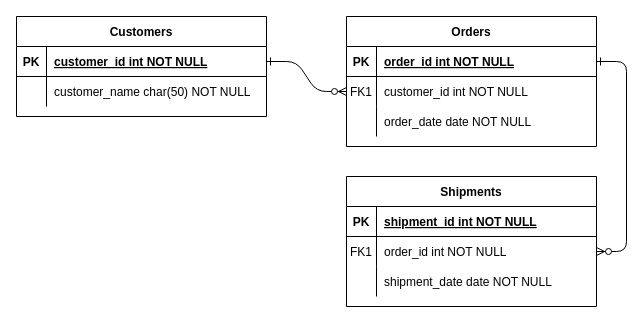
This is ER.drawio from Kkorolyok/Diagrams, a draw.io file, before an edit. Source tidied: cells renumbered, new cells numbered last; positions are measured from the earlier drawing's top-left corner, leaving out a move shared by most shapes. Both pictures are drawn from the tidied source at 100%, with x=0, y=0 at pixel (16, 16).
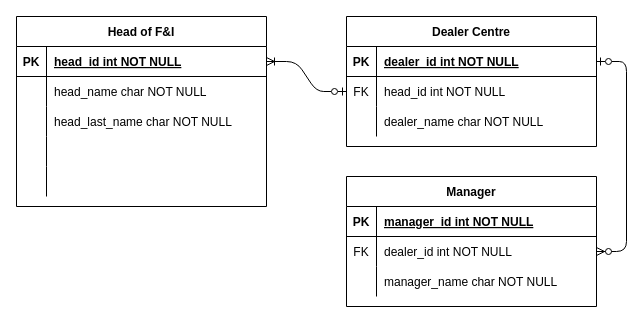
Above is the later version.

Unchanged cells that the change refers to:
```xml
<mxCell id="5" style="shape=partialRectangle;fillColor=none;points=[[0,0.5],[1,0.5]];portConstraint=eastwest;top=0;left=0;right=0;bottom=1;" parent="4" vertex="1">
  <mxGeometry y="30" width="250" height="30" as="geometry" />
</mxCell>
<mxCell id="8" style="shape=partialRectangle;fillColor=none;points=[[0,0.5],[1,0.5]];portConstraint=eastwest;top=0;left=0;right=0;bottom=0;" parent="4" vertex="1">
  <mxGeometry y="60" width="250" height="30" as="geometry" />
</mxCell>
<mxCell id="11" style="shape=partialRectangle;fillColor=none;top=0;left=0;right=0;bottom=0;" parent="4" vertex="1">
  <mxGeometry y="90" width="250" height="30" as="geometry" />
</mxCell>
<mxCell id="15" style="shape=partialRectangle;fillColor=none;top=0;left=0;right=0;bottom=1;" parent="14" vertex="1">
  <mxGeometry y="30" width="250" height="30" as="geometry" />
</mxCell>
<mxCell id="18" style="shape=partialRectangle;fillColor=none;points=[[0,0.5],[1,0.5]];portConstraint=eastwest;top=0;left=0;right=0;bottom=0;" parent="14" vertex="1">
  <mxGeometry y="60" width="250" height="30" as="geometry" />
</mxCell>
<mxCell id="21" style="shape=partialRectangle;fillColor=none;top=0;left=0;right=0;bottom=0;" parent="14" vertex="1">
  <mxGeometry y="90" width="250" height="30" as="geometry" />
</mxCell>
<mxCell id="25" style="shape=partialRectangle;fillColor=none;points=[[0,0.5],[1,0.5]];portConstraint=eastwest;top=0;left=0;right=0;bottom=1;" parent="24" vertex="1">
  <mxGeometry y="30" width="250" height="30" as="geometry" />
</mxCell>
<mxCell id="28" style="shape=partialRectangle;fillColor=none;top=0;left=0;right=0;bottom=0;" parent="24" vertex="1">
  <mxGeometry y="60" width="250" height="30" as="geometry" />
</mxCell>
```

What changed in the source:
```diff
@@
-    <mxCell id="2" style="edgeStyle=entityRelationEdgeStyle;endArrow=ERzeroToMany;startArrow=ERone;endFill=1;startFill=0;" parent="1" edge="1" source="25" target="8">
+    <mxCell id="2" style="edgeStyle=entityRelationEdgeStyle;endArrow=ERoneToMany;startArrow=ERzeroToOne;endFill=0;startFill=0;entryX=1;entryY=0.5;entryDx=0;entryDy=0;exitX=0;exitY=0.5;exitDx=0;exitDy=0;" parent="1" edge="1" source="8" target="25">
       <mxGeometry relative="1" as="geometry" />
     </mxCell>
-    <mxCell id="3" style="edgeStyle=entityRelationEdgeStyle;endArrow=ERzeroToMany;startArrow=ERone;endFill=1;startFill=0;" parent="1" edge="1" source="5" target="18">
+    <mxCell id="3" style="edgeStyle=entityRelationEdgeStyle;endArrow=ERzeroToMany;startArrow=ERzeroToOne;endFill=1;startFill=0;" parent="1" edge="1" source="5" target="18">
       <mxGeometry relative="1" as="geometry" />
     </mxCell>
-    <mxCell id="4" value="Orders" style="shape=table;startSize=30;childLayout=tableLayout;rowLines=0;fontStyle=1;align=center;" parent="1" vertex="1">
+    <mxCell id="4" value="Dealer Centre" style="shape=table;startSize=30;childLayout=tableLayout;rowLines=0;fontStyle=1;align=center;" parent="1" vertex="1">
       <mxGeometry x="330" width="250" height="130" as="geometry" />
     </mxCell>
@@
-    <mxCell id="7" value="order_id int NOT NULL " style="shape=partialRectangle;overflow=hidden;fillColor=none;top=0;left=0;bottom=0;right=0;align=left;spacingLeft=6;fontStyle=5;" parent="5" vertex="1">
+    <mxCell id="7" value="dealer_id int NOT NULL " style="shape=partialRectangle;overflow=hidden;fillColor=none;top=0;left=0;bottom=0;right=0;align=left;spacingLeft=6;fontStyle=5;" parent="5" vertex="1">
       <mxGeometry x="30" width="220" height="30" as="geometry" />
     </mxCell>
@@
-    <mxCell id="9" value="FK1" style="shape=partialRectangle;overflow=hidden;fillColor=none;top=0;left=0;bottom=0;right=0;" parent="8" vertex="1">
+    <mxCell id="9" value="FK" style="shape=partialRectangle;overflow=hidden;fillColor=none;top=0;left=0;bottom=0;right=0;" parent="8" vertex="1">
       <mxGeometry width="30" height="30" as="geometry" />
     </mxCell>
-    <mxCell id="10" value="customer_id int NOT NULL" style="shape=partialRectangle;overflow=hidden;fillColor=none;top=0;left=0;bottom=0;right=0;align=left;spacingLeft=6;" parent="8" vertex="1">
+    <mxCell id="10" value="head_id int NOT NULL" style="shape=partialRectangle;overflow=hidden;fillColor=none;top=0;left=0;bottom=0;right=0;align=left;spacingLeft=6;" parent="8" vertex="1">
       <mxGeometry x="30" width="220" height="30" as="geometry" />
     </mxCell>
@@
-    <mxCell id="13" value="order_date date NOT NULL" style="shape=partialRectangle;overflow=hidden;fillColor=none;top=0;left=0;bottom=0;right=0;align=left;spacingLeft=6;" parent="11" vertex="1">
+    <mxCell id="13" value="dealer_name char NOT NULL" style="shape=partialRectangle;overflow=hidden;fillColor=none;top=0;left=0;bottom=0;right=0;align=left;spacingLeft=6;" parent="11" vertex="1">
       <mxGeometry x="30" width="220" height="30" as="geometry" />
     </mxCell>
-    <mxCell id="14" value="Shipments" style="shape=table;startSize=30;childLayout=tableLayout;rowLines=0;fontStyle=1;align=center;" parent="1" vertex="1">
+    <mxCell id="14" value="Manager" style="shape=table;startSize=30;childLayout=tableLayout;rowLines=0;fontStyle=1;align=center;" parent="1" vertex="1">
       <mxGeometry x="330" y="160" width="250" height="130" as="geometry" />
     </mxCell>
@@
-    <mxCell id="17" value="shipment_id int NOT NULL " style="shape=partialRectangle;overflow=hidden;fillColor=none;top=0;left=0;bottom=0;right=0;align=left;spacingLeft=6;fontStyle=5;" parent="15" vertex="1">
+    <mxCell id="17" value="manager_id int NOT NULL " style="shape=partialRectangle;overflow=hidden;fillColor=none;top=0;left=0;bottom=0;right=0;align=left;spacingLeft=6;fontStyle=5;" parent="15" vertex="1">
       <mxGeometry x="30" width="220" height="30" as="geometry" />
     </mxCell>
@@
-    <mxCell id="19" value="FK1" style="shape=partialRectangle;overflow=hidden;fillColor=none;top=0;left=0;bottom=0;right=0;" parent="18" vertex="1">
+    <mxCell id="19" value="FK" style="shape=partialRectangle;overflow=hidden;fillColor=none;top=0;left=0;bottom=0;right=0;" parent="18" vertex="1">
       <mxGeometry width="30" height="30" as="geometry" />
     </mxCell>
-    <mxCell id="20" value="order_id int NOT NULL" style="shape=partialRectangle;overflow=hidden;fillColor=none;top=0;left=0;bottom=0;right=0;align=left;spacingLeft=6;" parent="18" vertex="1">
+    <mxCell id="20" value="dealer_id int NOT NULL" style="shape=partialRectangle;overflow=hidden;fillColor=none;top=0;left=0;bottom=0;right=0;align=left;spacingLeft=6;" parent="18" vertex="1">
       <mxGeometry x="30" width="220" height="30" as="geometry" />
     </mxCell>
@@
-    <mxCell id="23" value="shipment_date date NOT NULL" style="shape=partialRectangle;overflow=hidden;fillColor=none;top=0;left=0;bottom=0;right=0;align=left;spacingLeft=6;" parent="21" vertex="1">
+    <mxCell id="23" value="manager_name char NOT NULL" style="shape=partialRectangle;overflow=hidden;fillColor=none;top=0;left=0;bottom=0;right=0;align=left;spacingLeft=6;" parent="21" vertex="1">
       <mxGeometry x="30" width="220" height="30" as="geometry" />
     </mxCell>
-    <mxCell id="24" value="Customers" style="shape=table;startSize=30;childLayout=tableLayout;rowLines=0;fontStyle=1;align=center;" parent="1" vertex="1">
-      <mxGeometry width="250" height="100" as="geometry" />
+    <mxCell id="24" value="Head of F&amp;I" style="shape=table;startSize=30;childLayout=tableLayout;rowLines=0;fontStyle=1;align=center;" parent="1" vertex="1">
+      <mxGeometry width="250" height="190" as="geometry" />
     </mxCell>
@@
-    <mxCell id="27" value="customer_id int NOT NULL " style="shape=partialRectangle;overflow=hidden;fillColor=none;top=0;left=0;bottom=0;right=0;align=left;spacingLeft=6;fontStyle=5;" parent="25" vertex="1">
+    <mxCell id="27" value="head_id int NOT NULL " style="shape=partialRectangle;overflow=hidden;fillColor=none;top=0;left=0;bottom=0;right=0;align=left;spacingLeft=6;fontStyle=5;" parent="25" vertex="1">
       <mxGeometry x="30" width="220" height="30" as="geometry" />
     </mxCell>
@@
-    <mxCell id="30" value="customer_name char(50) NOT NULL" style="shape=partialRectangle;overflow=hidden;fillColor=none;top=0;left=0;bottom=0;right=0;align=left;spacingLeft=6;" parent="28" vertex="1">
+    <mxCell id="30" value="head_name char NOT NULL" style="shape=partialRectangle;overflow=hidden;fillColor=none;top=0;left=0;bottom=0;right=0;align=left;spacingLeft=6;" parent="28" vertex="1">
       <mxGeometry x="30" width="220" height="30" as="geometry" />
     </mxCell>
+    <mxCell id="31" style="shape=partialRectangle;fillColor=none;top=0;left=0;right=0;bottom=0;" parent="24" vertex="1">
+      <mxGeometry y="90" width="250" height="30" as="geometry" />
+    </mxCell>
+    <mxCell id="32" style="shape=partialRectangle;overflow=hidden;fillColor=none;top=0;left=0;bottom=0;right=0;" parent="31" vertex="1">
+      <mxGeometry width="30" height="30" as="geometry" />
+    </mxCell>
+    <mxCell id="33" value="head_last_name char NOT NULL" style="shape=partialRectangle;overflow=hidden;fillColor=none;top=0;left=0;bottom=0;right=0;align=left;spacingLeft=6;" parent="31" vertex="1">
+      <mxGeometry x="30" width="220" height="30" as="geometry" />
+    </mxCell>
+    <mxCell id="34" style="shape=partialRectangle;fillColor=none;top=0;left=0;right=0;bottom=0;" parent="24" vertex="1">
+      <mxGeometry y="120" width="250" height="30" as="geometry" />
+    </mxCell>
+    <mxCell id="35" style="shape=partialRectangle;overflow=hidden;fillColor=none;top=0;left=0;bottom=0;right=0;" parent="34" vertex="1">
+      <mxGeometry width="30" height="30" as="geometry" />
+    </mxCell>
+    <mxCell id="36" style="shape=partialRectangle;overflow=hidden;fillColor=none;top=0;left=0;bottom=0;right=0;align=left;spacingLeft=6;" parent="34" vertex="1">
+      <mxGeometry x="30" width="220" height="30" as="geometry" />
+    </mxCell>
+    <mxCell id="37" style="shape=partialRectangle;fillColor=none;top=0;left=0;right=0;bottom=0;" parent="24" vertex="1">
+      <mxGeometry y="150" width="250" height="30" as="geometry" />
+    </mxCell>
+    <mxCell id="38" style="shape=partialRectangle;overflow=hidden;fillColor=none;top=0;left=0;bottom=0;right=0;" parent="37" vertex="1">
+      <mxGeometry width="30" height="30" as="geometry" />
+    </mxCell>
+    <mxCell id="39" style="shape=partialRectangle;overflow=hidden;fillColor=none;top=0;left=0;bottom=0;right=0;align=left;spacingLeft=6;" parent="37" vertex="1">
+      <mxGeometry x="30" width="220" height="30" as="geometry" />
+    </mxCell>
```
